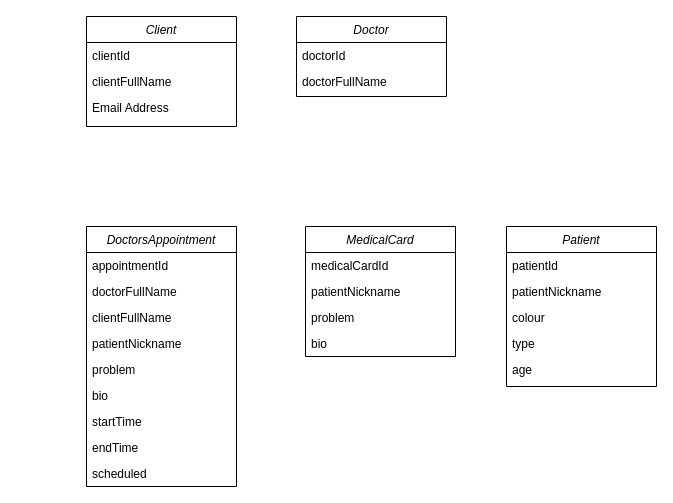
This is Диаграмма без названия.drawio from FrolovIlia/VetClinicSystem, a draw.io file, before an edit. Source tidied: cells renumbered, new cells numbered last; positions are measured from the earlier drawing's top-left corner, leaving out a move shared by most shapes. Both pictures are drawn from the tidied source at 100%, with x=0, y=0 at pixel (86, 16).
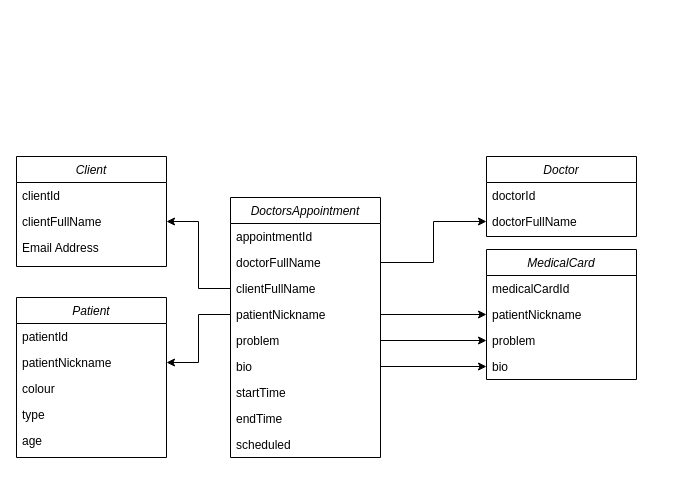
The same diagram, later.

The change refers to these unchanged cells:
```xml
<mxCell id="4" value="clientFullName" style="text;align=left;verticalAlign=top;spacingLeft=4;spacingRight=4;overflow=hidden;points=[[0,0.5],[1,0.5]];portConstraint=eastwest;rounded=0;shadow=0;html=0;" parent="2" vertex="1">
  <mxGeometry y="52" width="150" height="26" as="geometry" />
</mxCell>
<mxCell id="8" value="doctorFullName" style="text;align=left;verticalAlign=top;spacingLeft=4;spacingRight=4;overflow=hidden;points=[[0,0.5],[1,0.5]];portConstraint=eastwest;rounded=0;shadow=0;html=0;" parent="6" vertex="1">
  <mxGeometry y="52" width="150" height="26" as="geometry" />
</mxCell>
<mxCell id="11" value="doctorFullName" style="text;align=left;verticalAlign=top;spacingLeft=4;spacingRight=4;overflow=hidden;points=[[0,0.5],[1,0.5]];portConstraint=eastwest;rounded=0;shadow=0;html=0;" parent="9" vertex="1">
  <mxGeometry y="52" width="150" height="26" as="geometry" />
</mxCell>
<mxCell id="12" value="clientFullName" style="text;align=left;verticalAlign=top;spacingLeft=4;spacingRight=4;overflow=hidden;points=[[0,0.5],[1,0.5]];portConstraint=eastwest;rounded=0;shadow=0;html=0;" parent="9" vertex="1">
  <mxGeometry y="78" width="150" height="26" as="geometry" />
</mxCell>
<mxCell id="13" value="patientNickname" style="text;align=left;verticalAlign=top;spacingLeft=4;spacingRight=4;overflow=hidden;points=[[0,0.5],[1,0.5]];portConstraint=eastwest;" parent="9" vertex="1">
  <mxGeometry y="104" width="150" height="26" as="geometry" />
</mxCell>
<mxCell id="14" value="problem" style="text;align=left;verticalAlign=top;spacingLeft=4;spacingRight=4;overflow=hidden;points=[[0,0.5],[1,0.5]];portConstraint=eastwest;" parent="9" vertex="1">
  <mxGeometry y="130" width="150" height="26" as="geometry" />
</mxCell>
<mxCell id="15" value="bio" style="text;align=left;verticalAlign=top;spacingLeft=4;spacingRight=4;overflow=hidden;points=[[0,0.5],[1,0.5]];portConstraint=eastwest;" parent="9" vertex="1">
  <mxGeometry y="156" width="150" height="26" as="geometry" />
</mxCell>
<mxCell id="21" value="patientNickname" style="text;align=left;verticalAlign=top;spacingLeft=4;spacingRight=4;overflow=hidden;points=[[0,0.5],[1,0.5]];portConstraint=eastwest;rounded=0;shadow=0;html=0;" parent="19" vertex="1">
  <mxGeometry y="52" width="150" height="26" as="geometry" />
</mxCell>
<mxCell id="22" value="problem" style="text;align=left;verticalAlign=top;spacingLeft=4;spacingRight=4;overflow=hidden;points=[[0,0.5],[1,0.5]];portConstraint=eastwest;rounded=0;shadow=0;html=0;" parent="19" vertex="1">
  <mxGeometry y="78" width="150" height="26" as="geometry" />
</mxCell>
<mxCell id="23" value="bio" style="text;align=left;verticalAlign=top;spacingLeft=4;spacingRight=4;overflow=hidden;points=[[0,0.5],[1,0.5]];portConstraint=eastwest;" parent="19" vertex="1">
  <mxGeometry y="104" width="150" height="26" as="geometry" />
</mxCell>
<mxCell id="26" value="patientNickname" style="text;align=left;verticalAlign=top;spacingLeft=4;spacingRight=4;overflow=hidden;points=[[0,0.5],[1,0.5]];portConstraint=eastwest;rounded=0;shadow=0;html=0;" parent="24" vertex="1">
  <mxGeometry y="52" width="150" height="26" as="geometry" />
</mxCell>
```

Diff of the diagram source:
```diff
@@
     <mxCell id="2" value="Client" style="swimlane;fontStyle=2;align=center;verticalAlign=top;horizontal=1;startSize=26;rounded=0;shadow=0;strokeWidth=1;" parent="1" vertex="1">
-      <mxGeometry width="150" height="110" as="geometry" />
+      <mxGeometry x="-70" y="140" width="150" height="110" as="geometry" />
     </mxCell>
@@
     <mxCell id="6" value="Doctor" style="swimlane;fontStyle=2;align=center;verticalAlign=top;horizontal=1;startSize=26;rounded=0;shadow=0;strokeWidth=1;" parent="1" vertex="1">
-      <mxGeometry x="210" width="150" height="80" as="geometry" />
+      <mxGeometry x="400" y="140" width="150" height="80" as="geometry" />
     </mxCell>
@@
     <mxCell id="9" value="DoctorsAppointment" style="swimlane;fontStyle=2;align=center;verticalAlign=top;horizontal=1;startSize=26;rounded=0;shadow=0;strokeWidth=1;" parent="1" vertex="1">
-      <mxGeometry y="210" width="150" height="260" as="geometry" />
+      <mxGeometry x="144" y="181" width="150" height="260" as="geometry" />
     </mxCell>
@@
     <mxCell id="19" value="MedicalCard" style="swimlane;fontStyle=2;align=center;verticalAlign=top;horizontal=1;startSize=26;rounded=0;shadow=0;strokeWidth=1;" parent="1" vertex="1">
-      <mxGeometry x="219" y="210" width="150" height="130" as="geometry" />
+      <mxGeometry x="400" y="233" width="150" height="130" as="geometry" />
     </mxCell>
@@
     <mxCell id="24" value="Patient" style="swimlane;fontStyle=2;align=center;verticalAlign=top;horizontal=1;startSize=26;rounded=0;shadow=0;strokeWidth=1;" parent="1" vertex="1">
-      <mxGeometry x="420" y="210" width="150" height="160" as="geometry" />
+      <mxGeometry x="-70" y="281" width="150" height="160" as="geometry" />
     </mxCell>
@@
+    <mxCell id="30" style="edgeStyle=orthogonalEdgeStyle;rounded=0;jettySize=auto;html=1;exitX=0;exitY=0.5;exitDx=0;exitDy=0;entryX=1;entryY=0.5;entryDx=0;entryDy=0;" parent="1" edge="1" source="12" target="4">
+      <mxGeometry relative="1" as="geometry" />
+    </mxCell>
+    <mxCell id="31" style="edgeStyle=orthogonalEdgeStyle;rounded=0;jettySize=auto;html=1;exitX=1;exitY=0.5;exitDx=0;exitDy=0;entryX=0;entryY=0.5;entryDx=0;entryDy=0;" parent="1" edge="1" source="11" target="8">
+      <mxGeometry relative="1" as="geometry" />
+    </mxCell>
+    <mxCell id="32" style="edgeStyle=orthogonalEdgeStyle;rounded=0;jettySize=auto;html=1;exitX=1;exitY=0.5;exitDx=0;exitDy=0;" parent="1" edge="1" source="13" target="21">
+      <mxGeometry relative="1" as="geometry" />
+    </mxCell>
+    <mxCell id="33" style="edgeStyle=orthogonalEdgeStyle;rounded=0;jettySize=auto;html=1;exitX=1;exitY=0.5;exitDx=0;exitDy=0;entryX=0;entryY=0.5;entryDx=0;entryDy=0;" parent="1" edge="1" source="14" target="22">
+      <mxGeometry relative="1" as="geometry" />
+    </mxCell>
+    <mxCell id="34" style="edgeStyle=orthogonalEdgeStyle;rounded=0;jettySize=auto;html=1;exitX=1;exitY=0.5;exitDx=0;exitDy=0;entryX=0;entryY=0.5;entryDx=0;entryDy=0;" parent="1" edge="1" source="15" target="23">
+      <mxGeometry relative="1" as="geometry" />
+    </mxCell>
+    <mxCell id="35" style="edgeStyle=orthogonalEdgeStyle;rounded=0;jettySize=auto;html=1;exitX=0;exitY=0.5;exitDx=0;exitDy=0;entryX=1;entryY=0.5;entryDx=0;entryDy=0;" parent="1" edge="1" source="13" target="26">
+      <mxGeometry relative="1" as="geometry" />
+    </mxCell>
```
